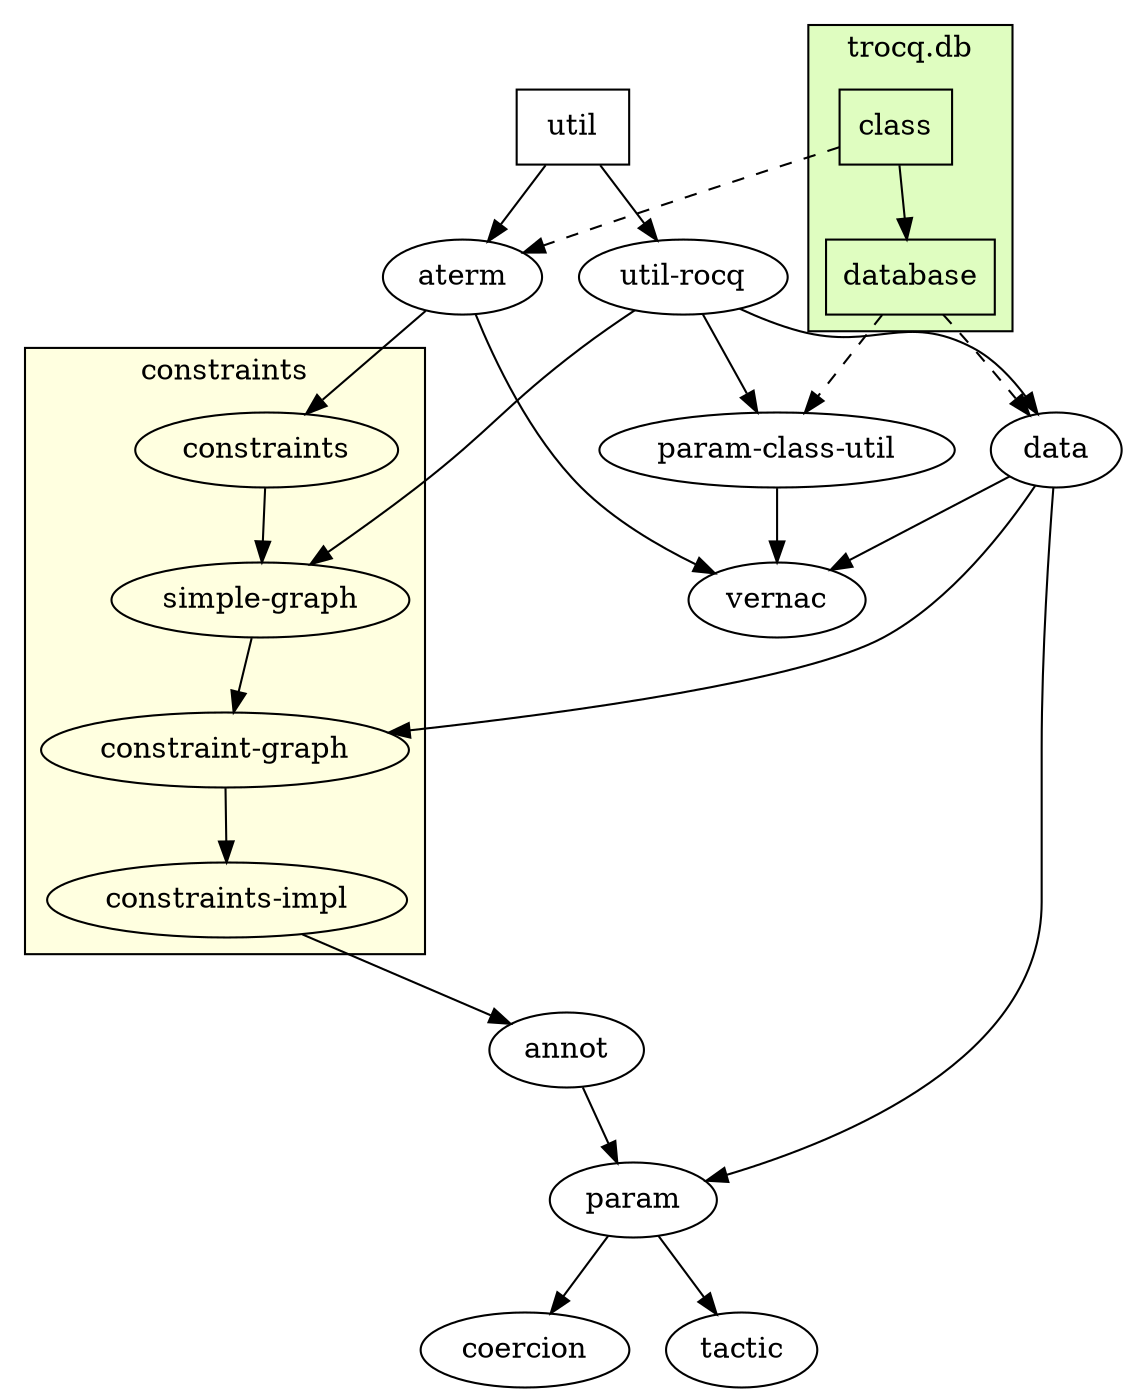
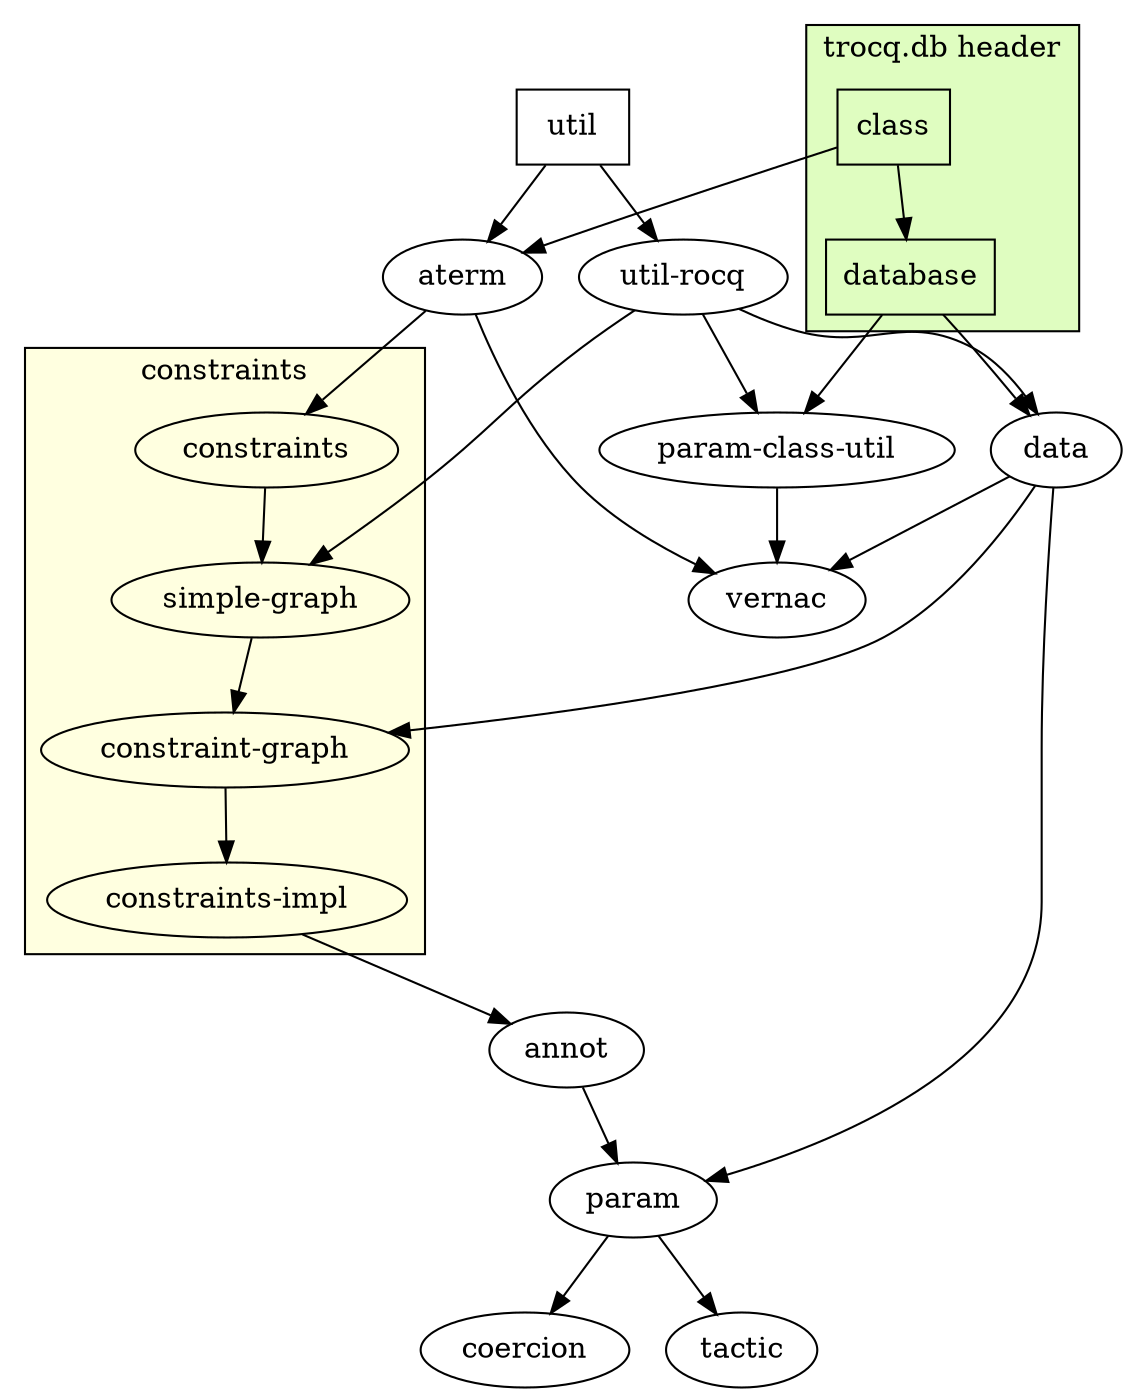
digraph {

    # STYLE
    rankdir=TB; # Dependencies are from top to bottom

    ## ELPI FILES
    "class" [shape=box, URL="https://github.com/rocq-community/trocq/blob/master/elpi/class.elpi"];
    "util" [shape=box, URL="https://github.com/rocq-community/trocq/blob/master/elpi/util.elpi"];
    "util-rocq" [URL="https://github.com/rocq-community/trocq/blob/master/elpi/util-rocq.elpi"];
    "database" [shape=box, URL="https://github.com/rocq-community/trocq/blob/master/elpi/database.elpi"];
    "aterm" [URL="https://github.com/rocq-community/trocq/blob/master/elpi/aterm.elpi"];
    "constraints" [URL="https://github.com/rocq-community/trocq/blob/master/elpi/constraints/constraints.elpi"];
    "coercion" [URL="https://github.com/rocq-community/trocq/blob/master/elpi/coercion.elpi"];
    "simple-graph" [URL="https://github.com/rocq-community/trocq/blob/master/elpi/constraints/simple-graph.elpi"];
    "constraint-graph" [URL="https://github.com/rocq-community/trocq/blob/master/elpi/constraints/constraint-graph.elpi"];
    "constraints-impl" [URL="https://github.com/rocq-community/trocq/blob/master/elpi/constraints/constraints-impl.elpi"];
    "annot" [URL="https://github.com/rocq-community/trocq/blob/master/elpi/annot.elpi"];
    "data" [URL="https://github.com/rocq-community/trocq/blob/master/elpi/data.elpi"];
    "param-class-util" [URL="https://github.com/rocq-community/trocq/blob/master/elpi/param-class-util.elpi"];
    "param" [URL="https://github.com/rocq-community/trocq/blob/master/elpi/param.elpi"];
    "tactic" [URL="https://github.com/rocq-community/trocq/blob/master/elpi/tactic.elpi"];
    "vernac" [URL="https://github.com/rocq-community/trocq/blob/master/elpi/vernac.elpi"];

    ## DEPENDENCIES
    "util" -> {"aterm" "util-rocq"};
    "util-rocq" -> {"data" "param-class-util" "simple-graph"};
    "class" -> "database";
-     "class" -> "aterm" [style="dashed"];
-     "database" -> {"data" "param-class-util"} [style="dashed"];
+     "class" -> "aterm";
+     "database" -> {"data" "param-class-util"};
    "aterm" -> {"constraints" "vernac"};
    "constraints" -> "simple-graph";
    "simple-graph" -> "constraint-graph";
    "constraint-graph" -> "constraints-impl";
    "constraints-impl" -> "annot";
    "annot" -> "param";
    "data" -> {"param"  "constraint-graph" "vernac"};
    "param-class-util" -> "vernac";
    "param" -> {"coercion" "tactic"};

    ## CLUSTERS
    subgraph cluster_trocqdb {
-         label="trocq.db";
+         label="trocq.db header";
        style=filled;
        fillcolor="#dffdc0";
        "class" "database";
    }
    subgraph cluster_constraints {
        labelloc="r";
        label="constraints";
        style=filled;
        fillcolor=lightyellow;
        URL="https://github.com/rocq-community/trocq/tree/master/elpi/constraints";
        "constraints" "simple-graph" "constraint-graph" "constraints-impl";
    }
}
